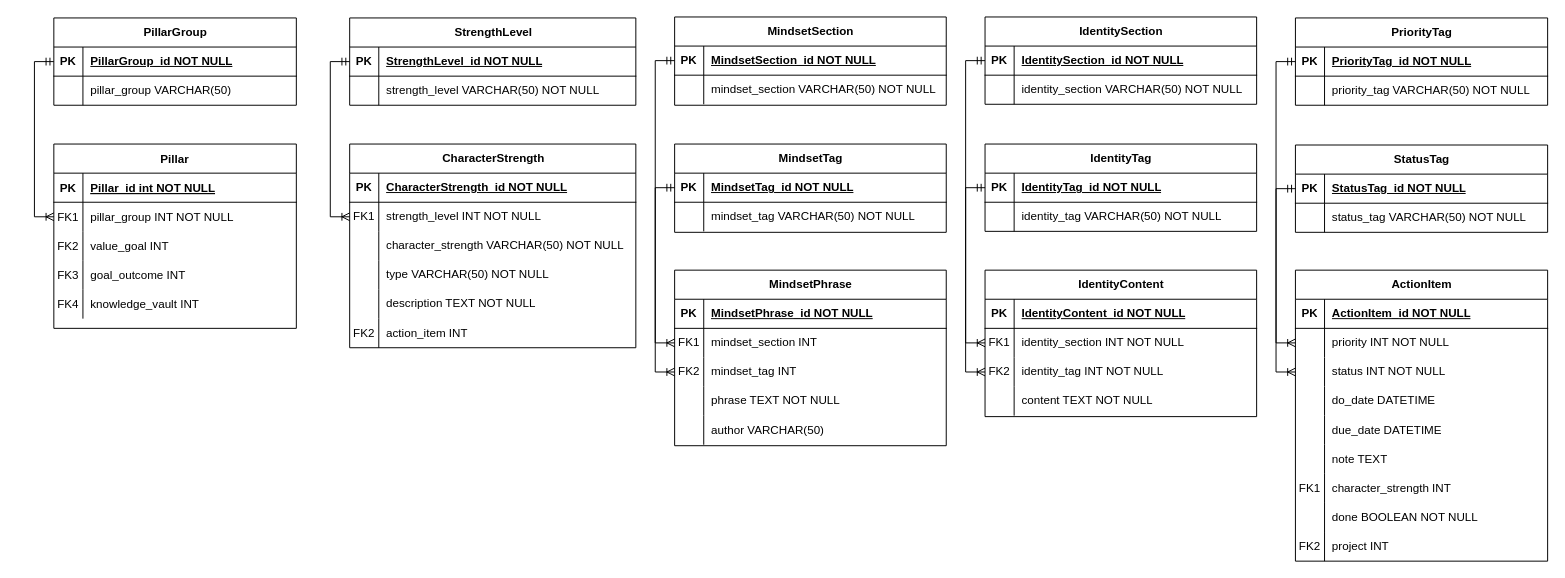
Earlier version of the draw.io diagram Diagrama_ER.drawio (Jpneira2000/life_os). Source tidied: cells renumbered, new cells numbered last; positions are measured from the earlier drawing's top-left corner, leaving out a move shared by most shapes. Both pictures are drawn from the tidied source at 97%, with x=0, y=0 at pixel (53, 16).
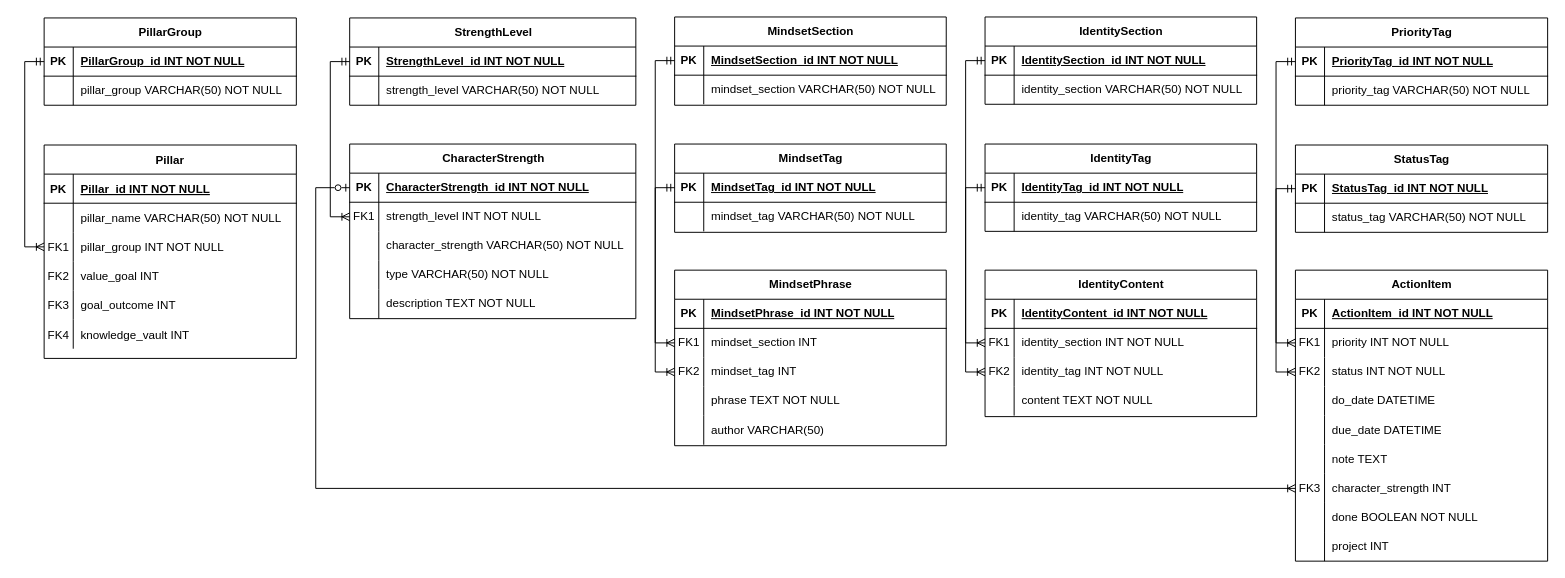
The same page after the edit.

Commit message:
Hotfix del diagrama

The change refers to these unchanged cells:
```xml
<mxCell id="27" style="shape=tableRow;horizontal=0;startSize=0;swimlaneHead=0;swimlaneBody=0;fillColor=none;points=[[0,0.5],[1,0.5]];portConstraint=eastwest;top=0;left=0;right=0;bottom=1;" parent="26" vertex="1">
  <mxGeometry y="30" width="295" height="30" as="geometry" />
</mxCell>
<mxCell id="46" style="shape=tableRow;horizontal=0;startSize=0;swimlaneHead=0;swimlaneBody=0;fillColor=none;points=[[0,0.5],[1,0.5]];portConstraint=eastwest;top=0;left=0;right=0;bottom=1;" parent="45" vertex="1">
  <mxGeometry y="30" width="295" height="30" as="geometry" />
</mxCell>
<mxCell id="54" style="shape=tableRow;horizontal=0;startSize=0;swimlaneHead=0;swimlaneBody=0;fillColor=none;top=0;left=0;right=0;bottom=1;" parent="53" vertex="1">
  <mxGeometry y="30" width="280" height="30" as="geometry" />
</mxCell>
<mxCell id="70" style="shape=tableRow;horizontal=0;startSize=0;swimlaneHead=0;swimlaneBody=0;fillColor=none;points=[[0,0.5],[1,0.5]];portConstraint=eastwest;top=0;left=0;right=0;bottom=1;" parent="69" vertex="1">
  <mxGeometry y="30" width="280" height="30" as="geometry" />
</mxCell>
<mxCell id="78" style="shape=tableRow;horizontal=0;startSize=0;swimlaneHead=0;swimlaneBody=0;fillColor=none;points=[[0,0.5],[1,0.5]];portConstraint=eastwest;top=0;left=0;right=0;bottom=1;" parent="77" vertex="1">
  <mxGeometry y="30" width="280" height="30" as="geometry" />
</mxCell>
<mxCell id="86" style="shape=tableRow;horizontal=0;startSize=0;swimlaneHead=0;swimlaneBody=0;fillColor=none;points=[[0,0.5],[1,0.5]];portConstraint=eastwest;top=0;left=0;right=0;bottom=1;" parent="85" vertex="1">
  <mxGeometry y="30" width="280" height="30" as="geometry" />
</mxCell>
<mxCell id="93" style="shape=tableRow;horizontal=0;startSize=0;swimlaneHead=0;swimlaneBody=0;fillColor=none;points=[[0,0.5],[1,0.5]];portConstraint=eastwest;top=0;left=0;right=0;bottom=1;" parent="92" vertex="1">
  <mxGeometry y="30" width="280" height="30" as="geometry" />
</mxCell>
<mxCell id="100" style="shape=tableRow;horizontal=0;startSize=0;swimlaneHead=0;swimlaneBody=0;fillColor=none;top=0;left=0;right=0;bottom=1;" parent="99" vertex="1">
  <mxGeometry y="30" width="280" height="30" as="geometry" />
</mxCell>
<mxCell id="115" style="shape=tableRow;horizontal=0;startSize=0;swimlaneHead=0;swimlaneBody=0;fillColor=none;top=0;left=0;right=0;bottom=1;" parent="114" vertex="1">
  <mxGeometry y="30" width="260" height="30" as="geometry" />
</mxCell>
<mxCell id="118" style="shape=tableRow;horizontal=0;startSize=0;swimlaneHead=0;swimlaneBody=0;fillColor=none;points=[[0,0.5],[1,0.5]];portConstraint=eastwest;top=0;left=0;right=0;bottom=0;" parent="114" vertex="1">
  <mxGeometry y="60" width="260" height="30" as="geometry" />
</mxCell>
<mxCell id="121" style="shape=tableRow;horizontal=0;startSize=0;swimlaneHead=0;swimlaneBody=0;fillColor=none;points=[[0,0.5],[1,0.5]];portConstraint=eastwest;top=0;left=0;right=0;bottom=0;" parent="114" vertex="1">
  <mxGeometry y="90" width="260" height="30" as="geometry" />
</mxCell>
<mxCell id="133" style="shape=tableRow;horizontal=0;startSize=0;swimlaneHead=0;swimlaneBody=0;fillColor=none;points=[[0,0.5],[1,0.5]];portConstraint=eastwest;top=0;left=0;right=0;bottom=0;" parent="114" vertex="1">
  <mxGeometry y="210" width="260" height="30" as="geometry" />
</mxCell>
<mxCell id="139" style="shape=tableRow;horizontal=0;startSize=0;swimlaneHead=0;swimlaneBody=0;fillColor=none;top=0;left=0;right=0;bottom=0;" parent="114" vertex="1">
  <mxGeometry y="270" width="260" height="30" as="geometry" />
</mxCell>
<mxCell id="143" style="shape=tableRow;horizontal=0;startSize=0;swimlaneHead=0;swimlaneBody=0;fillColor=none;points=[[0,0.5],[1,0.5]];portConstraint=eastwest;top=0;left=0;right=0;bottom=1;" parent="142" vertex="1">
  <mxGeometry y="30" width="260" height="30" as="geometry" />
</mxCell>
<mxCell id="150" style="shape=tableRow;horizontal=0;startSize=0;swimlaneHead=0;swimlaneBody=0;fillColor=none;points=[[0,0.5],[1,0.5]];portConstraint=eastwest;top=0;left=0;right=0;bottom=1;" parent="149" vertex="1">
  <mxGeometry y="30" width="260" height="30" as="geometry" />
</mxCell>
```

Diff of the diagram source:
```diff
@@
     <mxCell id="2" value="Pillar" style="shape=table;startSize=30;childLayout=tableLayout;rowLines=0;fontStyle=1;align=center;" parent="1" vertex="1">
-      <mxGeometry y="131" width="250" height="190" as="geometry" />
+      <mxGeometry x="-10" y="132" width="260" height="220" as="geometry" />
     </mxCell>
     <mxCell id="3" style="shape=partialRectangle;fillColor=none;top=0;left=0;right=0;bottom=1;" parent="2" vertex="1">
-      <mxGeometry y="30" width="250" height="30" as="geometry" />
+      <mxGeometry y="30" width="260" height="30" as="geometry" />
     </mxCell>
@@
-    <mxCell id="5" value="Pillar_id int NOT NULL " style="shape=partialRectangle;overflow=hidden;fillColor=none;top=0;left=0;bottom=0;right=0;align=left;spacingLeft=6;fontStyle=5;" parent="3" vertex="1">
-      <mxGeometry x="30" width="220" height="30" as="geometry" />
+    <mxCell id="5" value="Pillar_id INT NOT NULL " style="shape=partialRectangle;overflow=hidden;fillColor=none;top=0;left=0;bottom=0;right=0;align=left;spacingLeft=6;fontStyle=5;" parent="3" vertex="1">
+      <mxGeometry x="30" width="230" height="30" as="geometry" />
     </mxCell>
+    <mxCell id="158" style="shape=partialRectangle;fillColor=none;top=0;left=0;right=0;bottom=0;" parent="2" vertex="1">
+      <mxGeometry y="60" width="260" height="30" as="geometry" />
+    </mxCell>
+    <mxCell id="159" style="shape=partialRectangle;overflow=hidden;fillColor=none;top=0;left=0;bottom=0;right=0;" parent="158" vertex="1">
+      <mxGeometry width="30" height="30" as="geometry" />
+    </mxCell>
+    <mxCell id="160" value="pillar_name VARCHAR(50) NOT NULL" style="shape=partialRectangle;overflow=hidden;fillColor=none;top=0;left=0;bottom=0;right=0;align=left;spacingLeft=6;" parent="158" vertex="1">
+      <mxGeometry x="30" width="230" height="30" as="geometry" />
+    </mxCell>
     <mxCell id="6" style="shape=partialRectangle;fillColor=none;points=[[0,0.5],[1,0.5]];portConstraint=eastwest;top=0;left=0;right=0;bottom=0;" parent="2" vertex="1">
-      <mxGeometry y="60" width="250" height="30" as="geometry" />
+      <mxGeometry y="90" width="260" height="30" as="geometry" />
     </mxCell>
@@
     <mxCell id="8" value="pillar_group INT NOT NULL" style="shape=partialRectangle;overflow=hidden;fillColor=none;top=0;left=0;bottom=0;right=0;align=left;spacingLeft=6;" parent="6" vertex="1">
-      <mxGeometry x="30" width="220" height="30" as="geometry" />
+      <mxGeometry x="30" width="230" height="30" as="geometry" />
     </mxCell>
     <mxCell id="9" style="shape=partialRectangle;fillColor=none;top=0;left=0;right=0;bottom=0;" parent="2" vertex="1">
-      <mxGeometry y="90" width="250" height="30" as="geometry" />
+      <mxGeometry y="120" width="260" height="30" as="geometry" />
     </mxCell>
@@
     <mxCell id="11" value="value_goal INT" style="shape=partialRectangle;overflow=hidden;fillColor=none;top=0;left=0;bottom=0;right=0;align=left;spacingLeft=6;" parent="9" vertex="1">
-      <mxGeometry x="30" width="220" height="30" as="geometry" />
+      <mxGeometry x="30" width="230" height="30" as="geometry" />
     </mxCell>
     <mxCell id="12" style="shape=partialRectangle;fillColor=none;top=0;left=0;right=0;bottom=0;" parent="2" vertex="1">
-      <mxGeometry y="120" width="250" height="30" as="geometry" />
+      <mxGeometry y="150" width="260" height="30" as="geometry" />
     </mxCell>
@@
     <mxCell id="14" value="goal_outcome INT" style="shape=partialRectangle;overflow=hidden;fillColor=none;top=0;left=0;bottom=0;right=0;align=left;spacingLeft=6;" parent="12" vertex="1">
-      <mxGeometry x="30" width="220" height="30" as="geometry" />
+      <mxGeometry x="30" width="230" height="30" as="geometry" />
     </mxCell>
     <mxCell id="15" style="shape=partialRectangle;fillColor=none;top=0;left=0;right=0;bottom=0;" parent="2" vertex="1">
-      <mxGeometry y="150" width="250" height="30" as="geometry" />
+      <mxGeometry y="180" width="260" height="30" as="geometry" />
     </mxCell>
@@
     <mxCell id="17" value="knowledge_vault INT" style="shape=partialRectangle;overflow=hidden;fillColor=none;top=0;left=0;bottom=0;right=0;align=left;spacingLeft=6;" parent="15" vertex="1">
-      <mxGeometry x="30" width="220" height="30" as="geometry" />
+      <mxGeometry x="30" width="230" height="30" as="geometry" />
     </mxCell>
     <mxCell id="18" value="PillarGroup" style="shape=table;startSize=30;childLayout=tableLayout;rowLines=0;fontStyle=1;align=center;html=1;" parent="1" vertex="1">
-      <mxGeometry y="1" width="250" height="90" as="geometry" />
+      <mxGeometry x="-10" y="1" width="260" height="90" as="geometry" />
     </mxCell>
     <mxCell id="19" style="shape=tableRow;horizontal=0;startSize=0;swimlaneHead=0;swimlaneBody=0;fillColor=none;points=[[0,0.5],[1,0.5]];portConstraint=eastwest;top=0;left=0;right=0;bottom=1;" parent="18" vertex="1">
-      <mxGeometry y="30" width="250" height="30" as="geometry" />
+      <mxGeometry y="30" width="260" height="30" as="geometry" />
     </mxCell>
@@
-    <mxCell id="21" value="PillarGroup_id NOT NULL" style="shape=partialRectangle;fillColor=none;top=0;left=0;bottom=0;right=0;align=left;spacingLeft=6;fontStyle=5;overflow=hidden;whiteSpace=wrap;html=1;" parent="19" vertex="1">
-      <mxGeometry x="30" width="220" height="30" as="geometry" />
+    <mxCell id="21" value="PillarGroup_id INT NOT NULL" style="shape=partialRectangle;fillColor=none;top=0;left=0;bottom=0;right=0;align=left;spacingLeft=6;fontStyle=5;overflow=hidden;whiteSpace=wrap;html=1;" parent="19" vertex="1">
+      <mxGeometry x="30" width="230" height="30" as="geometry" />
     </mxCell>
     <mxCell id="22" style="shape=tableRow;horizontal=0;startSize=0;swimlaneHead=0;swimlaneBody=0;fillColor=none;top=0;left=0;right=0;bottom=0;" parent="18" vertex="1">
-      <mxGeometry y="60" width="250" height="30" as="geometry" />
+      <mxGeometry y="60" width="260" height="30" as="geometry" />
     </mxCell>
@@
-    <mxCell id="24" value="pillar_group VARCHAR(50)" style="shape=partialRectangle;fillColor=none;top=0;left=0;bottom=0;right=0;align=left;spacingLeft=6;overflow=hidden;whiteSpace=wrap;html=1;" parent="22" vertex="1">
-      <mxGeometry x="30" width="220" height="30" as="geometry" />
+    <mxCell id="24" value="pillar_group VARCHAR(50) NOT NULL" style="shape=partialRectangle;fillColor=none;top=0;left=0;bottom=0;right=0;align=left;spacingLeft=6;overflow=hidden;whiteSpace=wrap;html=1;" parent="22" vertex="1">
+      <mxGeometry x="30" width="230" height="30" as="geometry" />
     </mxCell>
@@
     <mxCell id="26" value="CharacterStrength" style="shape=table;startSize=30;childLayout=tableLayout;rowLines=0;fontStyle=1;align=center;html=1;" parent="1" vertex="1">
-      <mxGeometry x="305" y="131" width="295" height="210" as="geometry" />
+      <mxGeometry x="305" y="131" width="295" height="180" as="geometry" />
     </mxCell>
@@
-    <mxCell id="29" value="CharacterStrength_id NOT NULL" style="shape=partialRectangle;fillColor=none;top=0;left=0;bottom=0;right=0;align=left;spacingLeft=6;fontStyle=5;overflow=hidden;whiteSpace=wrap;html=1;" parent="27" vertex="1">
+    <mxCell id="29" value="CharacterStrength_id INT NOT NULL" style="shape=partialRectangle;fillColor=none;top=0;left=0;bottom=0;right=0;align=left;spacingLeft=6;fontStyle=5;overflow=hidden;whiteSpace=wrap;html=1;" parent="27" vertex="1">
       <mxGeometry x="30" width="265" height="30" as="geometry" />
     </mxCell>
@@
-    <mxCell id="42" style="shape=tableRow;horizontal=0;startSize=0;swimlaneHead=0;swimlaneBody=0;fillColor=none;top=0;left=0;right=0;bottom=0;" parent="26" vertex="1">
-      <mxGeometry y="180" width="295" height="30" as="geometry" />
-    </mxCell>
-    <mxCell id="43" value="FK2" style="shape=partialRectangle;fillColor=none;top=0;left=0;bottom=0;right=0;overflow=hidden;whiteSpace=wrap;html=1;" parent="42" vertex="1">
-      <mxGeometry width="30" height="30" as="geometry" />
-    </mxCell>
-    <mxCell id="44" value="action_item INT" style="shape=partialRectangle;fillColor=none;top=0;left=0;bottom=0;right=0;align=left;spacingLeft=6;overflow=hidden;whiteSpace=wrap;html=1;" parent="42" vertex="1">
-      <mxGeometry x="30" width="265" height="30" as="geometry" />
-    </mxCell>
@@
-    <mxCell id="48" value="StrengthLevel_id NOT NULL" style="shape=partialRectangle;fillColor=none;top=0;left=0;bottom=0;right=0;align=left;spacingLeft=6;fontStyle=5;overflow=hidden;whiteSpace=wrap;html=1;" parent="46" vertex="1">
+    <mxCell id="48" value="StrengthLevel_id INT NOT NULL" style="shape=partialRectangle;fillColor=none;top=0;left=0;bottom=0;right=0;align=left;spacingLeft=6;fontStyle=5;overflow=hidden;whiteSpace=wrap;html=1;" parent="46" vertex="1">
       <mxGeometry x="30" width="265" height="30" as="geometry" />
     </mxCell>
@@
-    <mxCell id="56" value="MindsetPhrase_id NOT NULL" style="shape=partialRectangle;fillColor=none;top=0;left=0;bottom=0;right=0;align=left;spacingLeft=6;fontStyle=5;overflow=hidden;whiteSpace=wrap;html=1;" parent="54" vertex="1">
+    <mxCell id="56" value="MindsetPhrase_id INT NOT NULL" style="shape=partialRectangle;fillColor=none;top=0;left=0;bottom=0;right=0;align=left;spacingLeft=6;fontStyle=5;overflow=hidden;whiteSpace=wrap;html=1;" parent="54" vertex="1">
       <mxGeometry x="30" width="250" height="30" as="geometry" />
     </mxCell>
@@
-    <mxCell id="72" value="MindsetTag_id NOT NULL" style="shape=partialRectangle;fillColor=none;top=0;left=0;bottom=0;right=0;align=left;spacingLeft=6;fontStyle=5;overflow=hidden;whiteSpace=wrap;html=1;" parent="70" vertex="1">
+    <mxCell id="72" value="MindsetTag_id INT NOT NULL" style="shape=partialRectangle;fillColor=none;top=0;left=0;bottom=0;right=0;align=left;spacingLeft=6;fontStyle=5;overflow=hidden;whiteSpace=wrap;html=1;" parent="70" vertex="1">
       <mxGeometry x="30" width="250" height="30" as="geometry" />
     </mxCell>
@@
-    <mxCell id="80" value="MindsetSection_id NOT NULL" style="shape=partialRectangle;fillColor=none;top=0;left=0;bottom=0;right=0;align=left;spacingLeft=6;fontStyle=5;overflow=hidden;whiteSpace=wrap;html=1;" parent="78" vertex="1">
+    <mxCell id="80" value="MindsetSection_id INT NOT NULL" style="shape=partialRectangle;fillColor=none;top=0;left=0;bottom=0;right=0;align=left;spacingLeft=6;fontStyle=5;overflow=hidden;whiteSpace=wrap;html=1;" parent="78" vertex="1">
       <mxGeometry x="30" width="250" height="30" as="geometry" />
     </mxCell>
@@
-    <mxCell id="88" value="IdentitySection_id NOT NULL" style="shape=partialRectangle;fillColor=none;top=0;left=0;bottom=0;right=0;align=left;spacingLeft=6;fontStyle=5;overflow=hidden;whiteSpace=wrap;html=1;" parent="86" vertex="1">
+    <mxCell id="88" value="IdentitySection_id INT NOT NULL" style="shape=partialRectangle;fillColor=none;top=0;left=0;bottom=0;right=0;align=left;spacingLeft=6;fontStyle=5;overflow=hidden;whiteSpace=wrap;html=1;" parent="86" vertex="1">
       <mxGeometry x="30" width="250" height="30" as="geometry" />
     </mxCell>
@@
-    <mxCell id="95" value="IdentityTag_id NOT NULL" style="shape=partialRectangle;fillColor=none;top=0;left=0;bottom=0;right=0;align=left;spacingLeft=6;fontStyle=5;overflow=hidden;whiteSpace=wrap;html=1;" parent="93" vertex="1">
+    <mxCell id="95" value="IdentityTag_id INT NOT NULL" style="shape=partialRectangle;fillColor=none;top=0;left=0;bottom=0;right=0;align=left;spacingLeft=6;fontStyle=5;overflow=hidden;whiteSpace=wrap;html=1;" parent="93" vertex="1">
       <mxGeometry x="30" width="250" height="30" as="geometry" />
     </mxCell>
@@
-    <mxCell id="102" value="IdentityContent_id NOT NULL" style="shape=partialRectangle;fillColor=none;top=0;left=0;bottom=0;right=0;align=left;spacingLeft=6;fontStyle=5;overflow=hidden;whiteSpace=wrap;html=1;" parent="100" vertex="1">
+    <mxCell id="102" value="IdentityContent_id INT NOT NULL" style="shape=partialRectangle;fillColor=none;top=0;left=0;bottom=0;right=0;align=left;spacingLeft=6;fontStyle=5;overflow=hidden;whiteSpace=wrap;html=1;" parent="100" vertex="1">
       <mxGeometry x="30" width="250" height="30" as="geometry" />
     </mxCell>
@@
-    <mxCell id="117" value="ActionItem_id NOT NULL" style="shape=partialRectangle;fillColor=none;top=0;left=0;bottom=0;right=0;align=left;spacingLeft=6;fontStyle=5;overflow=hidden;whiteSpace=wrap;html=1;" parent="115" vertex="1">
+    <mxCell id="117" value="ActionItem_id INT NOT NULL" style="shape=partialRectangle;fillColor=none;top=0;left=0;bottom=0;right=0;align=left;spacingLeft=6;fontStyle=5;overflow=hidden;whiteSpace=wrap;html=1;" parent="115" vertex="1">
       <mxGeometry x="30" width="230" height="30" as="geometry" />
     </mxCell>
@@
-    <mxCell id="119" style="shape=partialRectangle;fillColor=none;top=0;left=0;bottom=0;right=0;overflow=hidden;whiteSpace=wrap;html=1;" parent="118" vertex="1">
+    <mxCell id="119" value="FK1" style="shape=partialRectangle;fillColor=none;top=0;left=0;bottom=0;right=0;overflow=hidden;whiteSpace=wrap;html=1;" parent="118" vertex="1">
       <mxGeometry width="30" height="30" as="geometry" />
     </mxCell>
@@
-    <mxCell id="122" style="shape=partialRectangle;fillColor=none;top=0;left=0;bottom=0;right=0;overflow=hidden;whiteSpace=wrap;html=1;" parent="121" vertex="1">
+    <mxCell id="122" value="FK2" style="shape=partialRectangle;fillColor=none;top=0;left=0;bottom=0;right=0;overflow=hidden;whiteSpace=wrap;html=1;" parent="121" vertex="1">
       <mxGeometry width="30" height="30" as="geometry" />
     </mxCell>
@@
-    <mxCell id="134" value="FK1" style="shape=partialRectangle;fillColor=none;top=0;left=0;bottom=0;right=0;overflow=hidden;whiteSpace=wrap;html=1;" parent="133" vertex="1">
+    <mxCell id="134" value="FK3" style="shape=partialRectangle;fillColor=none;top=0;left=0;bottom=0;right=0;overflow=hidden;whiteSpace=wrap;html=1;" parent="133" vertex="1">
       <mxGeometry width="30" height="30" as="geometry" />
     </mxCell>
@@
-    <mxCell id="140" value="FK2" style="shape=partialRectangle;fillColor=none;top=0;left=0;bottom=0;right=0;overflow=hidden;whiteSpace=wrap;html=1;" parent="139" vertex="1">
+    <mxCell id="140" style="shape=partialRectangle;fillColor=none;top=0;left=0;bottom=0;right=0;overflow=hidden;whiteSpace=wrap;html=1;" parent="139" vertex="1">
       <mxGeometry width="30" height="30" as="geometry" />
     </mxCell>
@@
-    <mxCell id="145" value="PriorityTag_id NOT NULL" style="shape=partialRectangle;fillColor=none;top=0;left=0;bottom=0;right=0;align=left;spacingLeft=6;fontStyle=5;overflow=hidden;whiteSpace=wrap;html=1;" parent="143" vertex="1">
+    <mxCell id="145" value="PriorityTag_id INT NOT NULL" style="shape=partialRectangle;fillColor=none;top=0;left=0;bottom=0;right=0;align=left;spacingLeft=6;fontStyle=5;overflow=hidden;whiteSpace=wrap;html=1;" parent="143" vertex="1">
       <mxGeometry x="30" width="230" height="30" as="geometry" />
     </mxCell>
@@
-    <mxCell id="152" value="StatusTag_id NOT NULL" style="shape=partialRectangle;fillColor=none;top=0;left=0;bottom=0;right=0;align=left;spacingLeft=6;fontStyle=5;overflow=hidden;whiteSpace=wrap;html=1;" parent="150" vertex="1">
+    <mxCell id="152" value="StatusTag_id INT NOT NULL" style="shape=partialRectangle;fillColor=none;top=0;left=0;bottom=0;right=0;align=left;spacingLeft=6;fontStyle=5;overflow=hidden;whiteSpace=wrap;html=1;" parent="150" vertex="1">
       <mxGeometry x="30" width="230" height="30" as="geometry" />
     </mxCell>
@@
+    <mxCell id="161" style="edgeStyle=orthogonalEdgeStyle;rounded=0;jettySize=auto;html=1;exitX=0;exitY=0.5;exitDx=0;exitDy=0;entryX=0;entryY=0.5;entryDx=0;entryDy=0;startArrow=ERzeroToOne;startFill=0;endArrow=ERoneToMany;endFill=0;" parent="1" edge="1" source="27" target="133">
+      <mxGeometry relative="1" as="geometry">
+        <Array as="points">
+          <mxPoint x="270" y="176" />
+          <mxPoint x="270" y="486" />
+        </Array>
+      </mxGeometry>
+    </mxCell>
```
